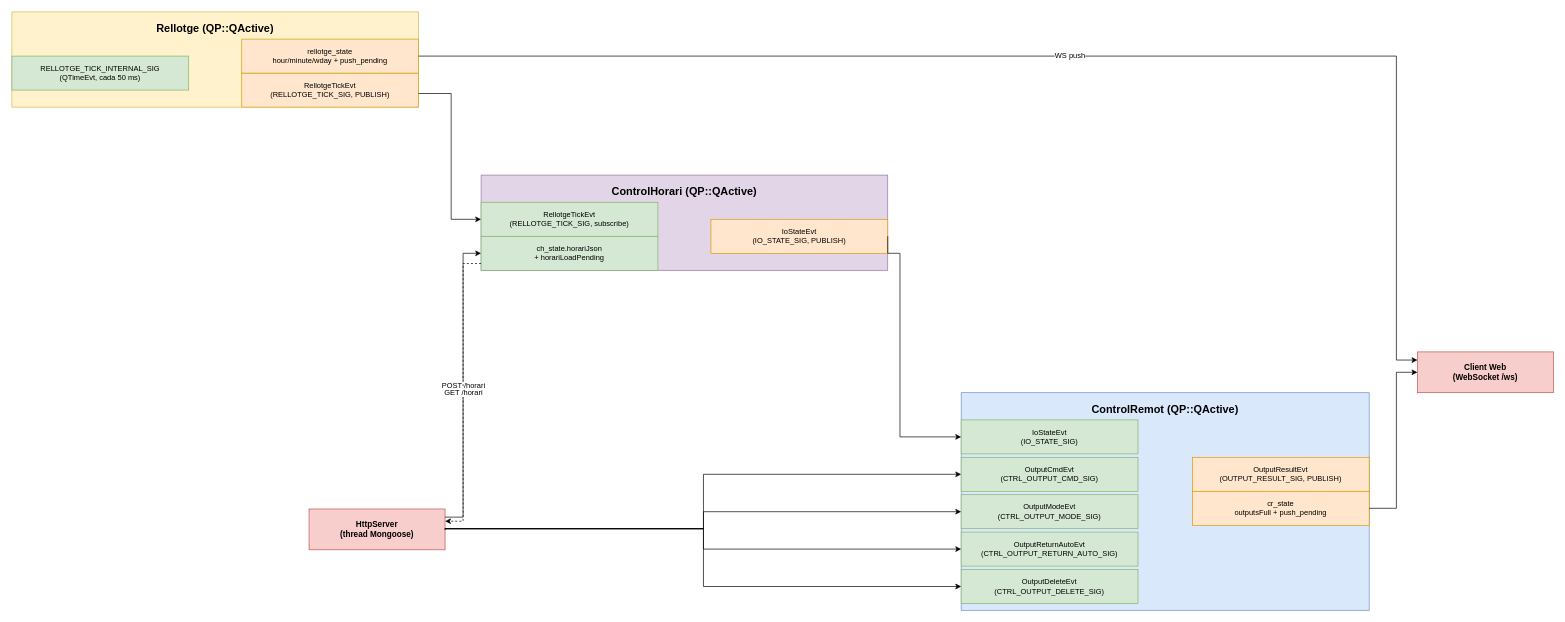
The draw.io diagram docs/ControlRemot.drawio in peperono/ControlSortides, before the edit. Source tidied: cells renumbered, new cells numbered last; positions are measured from the earlier drawing's top-left corner, leaving out a move shared by most shapes. Both pictures are drawn from the tidied source at 68%, with x=0, y=0 at pixel (12, 12).
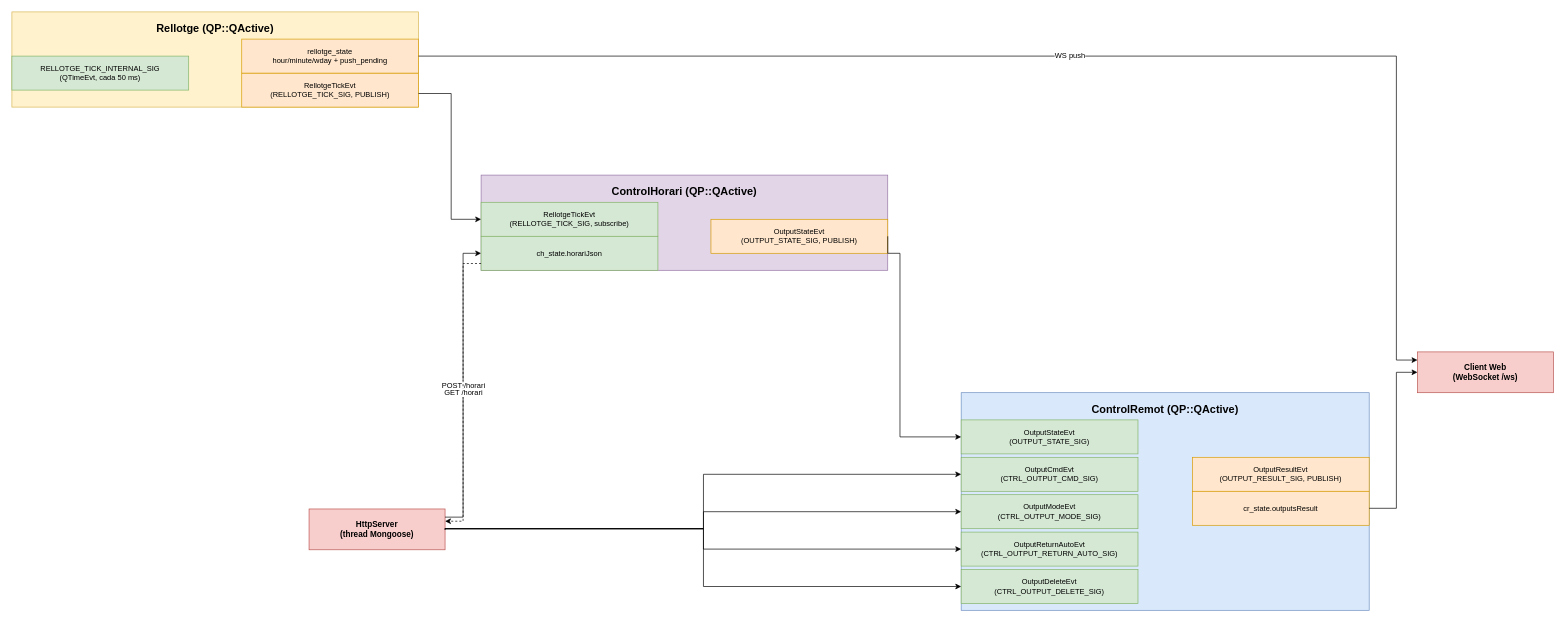
The same diagram, later.

Commit message (it also covers changes not shown here):
Rename IoStateEvt/IO_STATE_SIG → OutputStateEvt/OUTPUT_STATE_SIG, outputsFull → outputsResult

Diff of the diagram source:
```diff
@@
-    <mxCell id="6" value="ch_state.horariJson&#10;+ horariLoadPending" style="rounded=0;whiteSpace=wrap;html=1;fillColor=#d5e8d4;strokeColor=#82b366;fontSize=11;" parent="1" vertex="1">
+    <mxCell id="6" value="ch_state.horariJson" style="rounded=0;whiteSpace=wrap;html=1;fillColor=#d5e8d4;strokeColor=#82b366;fontSize=11;" parent="1" vertex="1">
       <mxGeometry x="690" y="330" width="260" height="50" as="geometry" />
     </mxCell>
-    <mxCell id="7" value="IoStateEvt&#10;(IO_STATE_SIG, PUBLISH)" style="rounded=0;whiteSpace=wrap;html=1;fillColor=#ffe6cc;strokeColor=#d79b00;fontSize=11;" parent="1" vertex="1">
+    <mxCell id="7" value="OutputStateEvt&#10;(OUTPUT_STATE_SIG, PUBLISH)" style="rounded=0;whiteSpace=wrap;html=1;fillColor=#ffe6cc;strokeColor=#d79b00;fontSize=11;" parent="1" vertex="1">
       <mxGeometry x="1028" y="305" width="260" height="50" as="geometry" />
     </mxCell>
@@
-    <mxCell id="13" value="IoStateEvt&#10;(IO_STATE_SIG)" style="rounded=0;whiteSpace=wrap;html=1;fillColor=#d5e8d4;strokeColor=#82b366;fontSize=11;" parent="1" vertex="1">
+    <mxCell id="13" value="OutputStateEvt&#10;(OUTPUT_STATE_SIG)" style="rounded=0;whiteSpace=wrap;html=1;fillColor=#d5e8d4;strokeColor=#82b366;fontSize=11;" parent="1" vertex="1">
       <mxGeometry x="1396" y="600" width="260" height="50" as="geometry" />
     </mxCell>
@@
-    <mxCell id="19" value="cr_state&#10;outputsFull + push_pending" style="rounded=0;whiteSpace=wrap;html=1;fillColor=#ffe6cc;strokeColor=#d79b00;fontSize=11;" parent="1" vertex="1">
+    <mxCell id="19" value="cr_state.outputsResult" style="rounded=0;whiteSpace=wrap;html=1;fillColor=#ffe6cc;strokeColor=#d79b00;fontSize=11;" parent="1" vertex="1">
       <mxGeometry x="1736" y="705" width="260" height="50" as="geometry" />
     </mxCell>
```
